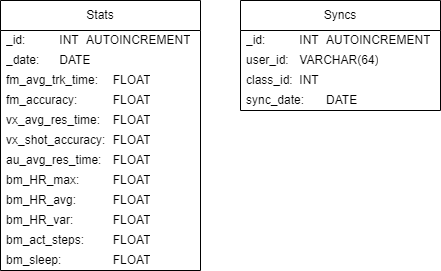
Above: dissertation/images/db_schema.png in intotito/applied_project (draw.io), before the change. Source tidied: cells renumbered, new cells last; positions are measured from the earlier drawing's top-left corner, leaving out a move shared by most shapes. The source it was exported from:
```xml
<mxGraphModel>
  <root>
    <mxCell id="0" />
    <mxCell id="1" parent="0" />
    <mxCell id="2" value="Stats" style="swimlane;fontStyle=0;horizontal=1;startSize=30;whiteSpace=wrap;html=1;" parent="1" vertex="1">
      <mxGeometry width="200" height="270" as="geometry" />
    </mxCell>
    <mxCell id="3" value="_id:&lt;span style=&quot;white-space: pre;&quot;&gt;&#9;&lt;span style=&quot;white-space: pre;&quot;&gt;&#9;&lt;/span&gt;&lt;/span&gt;INT&lt;span style=&quot;white-space: pre;&quot;&gt;&#9;&lt;/span&gt;AUTOINCREMENT" style="text;align=left;verticalAlign=middle;spacingLeft=4;spacingRight=4;overflow=hidden;whiteSpace=wrap;html=1;" parent="2" vertex="1">
      <mxGeometry y="30" width="200" height="20" as="geometry" />
    </mxCell>
    <mxCell id="4" value="_date:&lt;span style=&quot;white-space: pre;&quot;&gt;&#9;&lt;/span&gt;DATE" style="text;align=left;verticalAlign=middle;spacingLeft=4;spacingRight=4;overflow=hidden;whiteSpace=wrap;html=1;" parent="2" vertex="1">
      <mxGeometry y="50" width="200" height="20" as="geometry" />
    </mxCell>
    <mxCell id="5" value="fm_avg_trk_time:&amp;nbsp;&lt;span style=&quot;white-space: pre;&quot;&gt;&#9;&lt;/span&gt;FLOAT" style="text;align=left;verticalAlign=middle;spacingLeft=4;spacingRight=4;overflow=hidden;whiteSpace=wrap;html=1;" parent="2" vertex="1">
      <mxGeometry y="70" width="200" height="20" as="geometry" />
    </mxCell>
    <mxCell id="6" value="fm_accuracy:&amp;nbsp;&lt;span style=&quot;white-space: pre;&quot;&gt;&#9;&lt;/span&gt;&lt;span style=&quot;white-space: pre;&quot;&gt;&#9;&lt;/span&gt;FLOAT" style="text;align=left;verticalAlign=middle;spacingLeft=4;spacingRight=4;overflow=hidden;whiteSpace=wrap;html=1;" parent="2" vertex="1">
      <mxGeometry y="90" width="200" height="20" as="geometry" />
    </mxCell>
    <mxCell id="7" value="vx_avg_res_time:&amp;nbsp;&lt;span style=&quot;white-space: pre;&quot;&gt;&#9;&lt;/span&gt;FLOAT" style="text;align=left;verticalAlign=middle;spacingLeft=4;spacingRight=4;overflow=hidden;whiteSpace=wrap;html=1;" parent="2" vertex="1">
      <mxGeometry y="110" width="200" height="20" as="geometry" />
    </mxCell>
    <mxCell id="8" value="vx_shot_accuracy:&lt;span style=&quot;white-space: pre;&quot;&gt;&#9;&lt;/span&gt;FLOAT" style="text;align=left;verticalAlign=middle;spacingLeft=4;spacingRight=4;overflow=hidden;whiteSpace=wrap;html=1;" parent="2" vertex="1">
      <mxGeometry y="130" width="200" height="20" as="geometry" />
    </mxCell>
    <mxCell id="9" value="au_avg_res_time:&amp;nbsp;&lt;span style=&quot;white-space: pre;&quot;&gt;&#9;&lt;/span&gt;FLOAT" style="text;align=left;verticalAlign=middle;spacingLeft=4;spacingRight=4;overflow=hidden;whiteSpace=wrap;html=1;" parent="2" vertex="1">
      <mxGeometry y="150" width="200" height="20" as="geometry" />
    </mxCell>
    <mxCell id="10" value="bm_HR_max:&lt;span style=&quot;white-space: pre;&quot;&gt;&#9;&lt;/span&gt;&lt;span style=&quot;white-space: pre;&quot;&gt;&#9;&lt;/span&gt;FLOAT" style="text;align=left;verticalAlign=middle;spacingLeft=4;spacingRight=4;overflow=hidden;whiteSpace=wrap;html=1;" parent="2" vertex="1">
      <mxGeometry y="170" width="200" height="20" as="geometry" />
    </mxCell>
    <mxCell id="11" value="bm_HR_avg:&lt;span style=&quot;white-space: pre;&quot;&gt;&#9;&lt;/span&gt;&lt;span style=&quot;white-space: pre;&quot;&gt;&#9;&lt;/span&gt;FLOAT" style="text;align=left;verticalAlign=middle;spacingLeft=4;spacingRight=4;overflow=hidden;whiteSpace=wrap;html=1;" parent="2" vertex="1">
      <mxGeometry y="190" width="200" height="20" as="geometry" />
    </mxCell>
    <mxCell id="12" value="bm_HR_var:&lt;span style=&quot;white-space: pre;&quot;&gt;&#9;&lt;/span&gt;&lt;span style=&quot;white-space: pre;&quot;&gt;&#9;&lt;/span&gt;FLOAT" style="text;align=left;verticalAlign=middle;spacingLeft=4;spacingRight=4;overflow=hidden;whiteSpace=wrap;html=1;" parent="2" vertex="1">
      <mxGeometry y="210" width="200" height="20" as="geometry" />
    </mxCell>
    <mxCell id="13" value="bm_act_steps:&amp;nbsp;&lt;span style=&quot;white-space: pre;&quot;&gt;&#9;&lt;/span&gt;FLOAT" style="text;align=left;verticalAlign=middle;spacingLeft=4;spacingRight=4;overflow=hidden;whiteSpace=wrap;html=1;" parent="2" vertex="1">
      <mxGeometry y="230" width="200" height="20" as="geometry" />
    </mxCell>
    <mxCell id="14" value="bm_sleep:&lt;span style=&quot;white-space: pre;&quot;&gt;&#9;&lt;/span&gt;&amp;nbsp;&lt;span style=&quot;white-space: pre;&quot;&gt;&#9;&lt;/span&gt;FLOAT" style="text;align=left;verticalAlign=middle;spacingLeft=4;spacingRight=4;overflow=hidden;whiteSpace=wrap;html=1;" parent="2" vertex="1">
      <mxGeometry y="250" width="200" height="20" as="geometry" />
    </mxCell>
    <mxCell id="15" value="Syncs" style="swimlane;fontStyle=0;horizontal=1;startSize=30;whiteSpace=wrap;html=1;" parent="1" vertex="1">
      <mxGeometry x="240" width="200" height="110" as="geometry" />
    </mxCell>
    <mxCell id="16" value="_id:&lt;span style=&quot;white-space: pre;&quot;&gt;&#9;&lt;span style=&quot;white-space: pre;&quot;&gt;&#9;&lt;/span&gt;&lt;/span&gt;INT&lt;span style=&quot;white-space: pre;&quot;&gt;&#9;&lt;/span&gt;AUTOINCREMENT" style="text;align=left;verticalAlign=middle;spacingLeft=4;spacingRight=4;overflow=hidden;whiteSpace=wrap;html=1;" parent="15" vertex="1">
      <mxGeometry y="30" width="200" height="20" as="geometry" />
    </mxCell>
    <mxCell id="17" value="user_id:&amp;nbsp;&lt;span style=&quot;white-space: pre;&quot;&gt;&#9;&lt;/span&gt;VARCHAR(64)" style="text;align=left;verticalAlign=middle;spacingLeft=4;spacingRight=4;overflow=hidden;whiteSpace=wrap;html=1;" parent="15" vertex="1">
      <mxGeometry y="50" width="200" height="20" as="geometry" />
    </mxCell>
    <mxCell id="18" value="class_id:&lt;span style=&quot;white-space: pre;&quot;&gt;&#9;&lt;/span&gt;INT" style="text;align=left;verticalAlign=middle;spacingLeft=4;spacingRight=4;overflow=hidden;whiteSpace=wrap;html=1;" parent="15" vertex="1">
      <mxGeometry y="70" width="200" height="20" as="geometry" />
    </mxCell>
    <mxCell id="19" value="sync_date:&lt;span style=&quot;white-space: pre;&quot;&gt;&#9;&lt;/span&gt;DATE" style="text;align=left;verticalAlign=middle;spacingLeft=4;spacingRight=4;overflow=hidden;whiteSpace=wrap;html=1;" parent="15" vertex="1">
      <mxGeometry y="90" width="200" height="20" as="geometry" />
    </mxCell>
  </root>
</mxGraphModel>
```
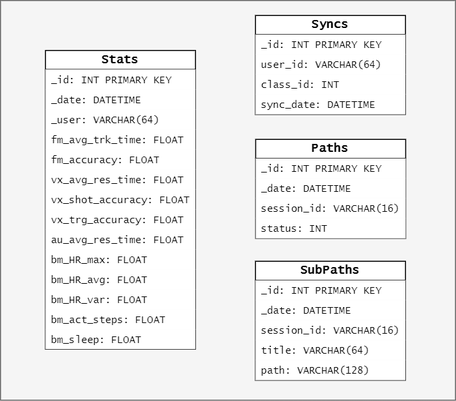
Above is the later version.

The edit, as a diff of the source:
```diff
@@ -2,59 +2,101 @@
   <root>
     <mxCell id="0" />
     <mxCell id="1" parent="0" />
-    <mxCell id="2" value="Stats" style="swimlane;fontStyle=0;horizontal=1;startSize=30;whiteSpace=wrap;html=1;" parent="1" vertex="1">
-      <mxGeometry width="200" height="270" as="geometry" />
+    <mxCell id="2" style="rounded=0;whiteSpace=wrap;html=1;fillColor=#f5f5f5;strokeColor=#666666;fontColor=#333333;" parent="1" vertex="1">
+      <mxGeometry width="455" height="400" as="geometry" />
     </mxCell>
-    <mxCell id="3" value="_id:&lt;span style=&quot;white-space: pre;&quot;&gt;&#9;&lt;span style=&quot;white-space: pre;&quot;&gt;&#9;&lt;/span&gt;&lt;/span&gt;INT&lt;span style=&quot;white-space: pre;&quot;&gt;&#9;&lt;/span&gt;AUTOINCREMENT" style="text;align=left;verticalAlign=middle;spacingLeft=4;spacingRight=4;overflow=hidden;whiteSpace=wrap;html=1;" parent="2" vertex="1">
-      <mxGeometry y="30" width="200" height="20" as="geometry" />
+    <mxCell id="3" value="&lt;b&gt;Paths&lt;/b&gt;" style="swimlane;fontStyle=0;horizontal=1;startSize=19;whiteSpace=wrap;html=1;fontFamily=Lucida Console;fillColor=default;" parent="1" vertex="1">
+      <mxGeometry x="255.2" y="139" width="150" height="99" as="geometry" />
     </mxCell>
-    <mxCell id="4" value="_date:&lt;span style=&quot;white-space: pre;&quot;&gt;&#9;&lt;/span&gt;DATE" style="text;align=left;verticalAlign=middle;spacingLeft=4;spacingRight=4;overflow=hidden;whiteSpace=wrap;html=1;" parent="2" vertex="1">
-      <mxGeometry y="50" width="200" height="20" as="geometry" />
+    <mxCell id="4" value="_id: INT PRIMARY KEY" style="text;strokeColor=none;fillColor=default;align=left;verticalAlign=middle;spacingLeft=4;spacingRight=4;overflow=hidden;whiteSpace=wrap;html=1;fontSize=10;fontFamily=Lucida Console;fontStyle=0;" parent="3" vertex="1">
+      <mxGeometry y="19" width="150" height="20" as="geometry" />
     </mxCell>
-    <mxCell id="5" value="fm_avg_trk_time:&amp;nbsp;&lt;span style=&quot;white-space: pre;&quot;&gt;&#9;&lt;/span&gt;FLOAT" style="text;align=left;verticalAlign=middle;spacingLeft=4;spacingRight=4;overflow=hidden;whiteSpace=wrap;html=1;" parent="2" vertex="1">
-      <mxGeometry y="70" width="200" height="20" as="geometry" />
+    <mxCell id="5" value="_date: DATETIME" style="text;strokeColor=none;fillColor=default;align=left;verticalAlign=middle;spacingLeft=4;spacingRight=4;overflow=hidden;whiteSpace=wrap;html=1;fontSize=10;fontFamily=Lucida Console;fontStyle=0;" parent="3" vertex="1">
+      <mxGeometry y="39" width="150" height="20" as="geometry" />
     </mxCell>
-    <mxCell id="6" value="fm_accuracy:&amp;nbsp;&lt;span style=&quot;white-space: pre;&quot;&gt;&#9;&lt;/span&gt;&lt;span style=&quot;white-space: pre;&quot;&gt;&#9;&lt;/span&gt;FLOAT" style="text;align=left;verticalAlign=middle;spacingLeft=4;spacingRight=4;overflow=hidden;whiteSpace=wrap;html=1;" parent="2" vertex="1">
-      <mxGeometry y="90" width="200" height="20" as="geometry" />
+    <mxCell id="6" value="session_id: VARCHAR(16)" style="text;strokeColor=none;fillColor=default;align=left;verticalAlign=middle;spacingLeft=4;spacingRight=4;overflow=hidden;whiteSpace=wrap;html=1;fontSize=10;fontFamily=Lucida Console;fontStyle=0;" parent="3" vertex="1">
+      <mxGeometry y="59" width="150" height="20" as="geometry" />
     </mxCell>
-    <mxCell id="7" value="vx_avg_res_time:&amp;nbsp;&lt;span style=&quot;white-space: pre;&quot;&gt;&#9;&lt;/span&gt;FLOAT" style="text;align=left;verticalAlign=middle;spacingLeft=4;spacingRight=4;overflow=hidden;whiteSpace=wrap;html=1;" parent="2" vertex="1">
-      <mxGeometry y="110" width="200" height="20" as="geometry" />
+    <mxCell id="7" value="status: INT" style="text;strokeColor=none;fillColor=default;align=left;verticalAlign=middle;spacingLeft=4;spacingRight=4;overflow=hidden;whiteSpace=wrap;html=1;fontSize=10;fontFamily=Lucida Console;fontStyle=0;" parent="3" vertex="1">
+      <mxGeometry y="79" width="150" height="20" as="geometry" />
     </mxCell>
-    <mxCell id="8" value="vx_shot_accuracy:&lt;span style=&quot;white-space: pre;&quot;&gt;&#9;&lt;/span&gt;FLOAT" style="text;align=left;verticalAlign=middle;spacingLeft=4;spacingRight=4;overflow=hidden;whiteSpace=wrap;html=1;" parent="2" vertex="1">
-      <mxGeometry y="130" width="200" height="20" as="geometry" />
+    <mxCell id="8" value="&lt;b&gt;SubPaths&lt;/b&gt;" style="swimlane;fontStyle=0;horizontal=1;startSize=19;whiteSpace=wrap;html=1;fontFamily=Lucida Console;fillColor=default;" parent="1" vertex="1">
+      <mxGeometry x="255" y="261" width="150" height="119" as="geometry" />
     </mxCell>
-    <mxCell id="9" value="au_avg_res_time:&amp;nbsp;&lt;span style=&quot;white-space: pre;&quot;&gt;&#9;&lt;/span&gt;FLOAT" style="text;align=left;verticalAlign=middle;spacingLeft=4;spacingRight=4;overflow=hidden;whiteSpace=wrap;html=1;" parent="2" vertex="1">
-      <mxGeometry y="150" width="200" height="20" as="geometry" />
+    <mxCell id="9" value="_id: INT PRIMARY KEY" style="text;strokeColor=none;fillColor=default;align=left;verticalAlign=middle;spacingLeft=4;spacingRight=4;overflow=hidden;whiteSpace=wrap;html=1;fontSize=10;fontFamily=Lucida Console;fontStyle=0;" parent="8" vertex="1">
+      <mxGeometry y="19" width="150" height="20" as="geometry" />
     </mxCell>
-    <mxCell id="10" value="bm_HR_max:&lt;span style=&quot;white-space: pre;&quot;&gt;&#9;&lt;/span&gt;&lt;span style=&quot;white-space: pre;&quot;&gt;&#9;&lt;/span&gt;FLOAT" style="text;align=left;verticalAlign=middle;spacingLeft=4;spacingRight=4;overflow=hidden;whiteSpace=wrap;html=1;" parent="2" vertex="1">
-      <mxGeometry y="170" width="200" height="20" as="geometry" />
+    <mxCell id="10" value="_date: DATETIME" style="text;strokeColor=none;fillColor=default;align=left;verticalAlign=middle;spacingLeft=4;spacingRight=4;overflow=hidden;whiteSpace=wrap;html=1;fontSize=10;fontFamily=Lucida Console;fontStyle=0;" parent="8" vertex="1">
+      <mxGeometry y="39" width="150" height="20" as="geometry" />
     </mxCell>
-    <mxCell id="11" value="bm_HR_avg:&lt;span style=&quot;white-space: pre;&quot;&gt;&#9;&lt;/span&gt;&lt;span style=&quot;white-space: pre;&quot;&gt;&#9;&lt;/span&gt;FLOAT" style="text;align=left;verticalAlign=middle;spacingLeft=4;spacingRight=4;overflow=hidden;whiteSpace=wrap;html=1;" parent="2" vertex="1">
-      <mxGeometry y="190" width="200" height="20" as="geometry" />
+    <mxCell id="11" value="session_id: VARCHAR(16)" style="text;strokeColor=none;fillColor=default;align=left;verticalAlign=middle;spacingLeft=4;spacingRight=4;overflow=hidden;whiteSpace=wrap;html=1;fontSize=10;fontFamily=Lucida Console;fontStyle=0;" parent="8" vertex="1">
+      <mxGeometry y="59" width="150" height="20" as="geometry" />
     </mxCell>
-    <mxCell id="12" value="bm_HR_var:&lt;span style=&quot;white-space: pre;&quot;&gt;&#9;&lt;/span&gt;&lt;span style=&quot;white-space: pre;&quot;&gt;&#9;&lt;/span&gt;FLOAT" style="text;align=left;verticalAlign=middle;spacingLeft=4;spacingRight=4;overflow=hidden;whiteSpace=wrap;html=1;" parent="2" vertex="1">
-      <mxGeometry y="210" width="200" height="20" as="geometry" />
+    <mxCell id="12" value="title: VARCHAR(64)" style="text;strokeColor=none;fillColor=default;align=left;verticalAlign=middle;spacingLeft=4;spacingRight=4;overflow=hidden;whiteSpace=wrap;html=1;fontSize=10;fontFamily=Lucida Console;fontStyle=0;" parent="8" vertex="1">
+      <mxGeometry y="79" width="150" height="20" as="geometry" />
     </mxCell>
-    <mxCell id="13" value="bm_act_steps:&amp;nbsp;&lt;span style=&quot;white-space: pre;&quot;&gt;&#9;&lt;/span&gt;FLOAT" style="text;align=left;verticalAlign=middle;spacingLeft=4;spacingRight=4;overflow=hidden;whiteSpace=wrap;html=1;" parent="2" vertex="1">
-      <mxGeometry y="230" width="200" height="20" as="geometry" />
+    <mxCell id="13" value="path: VARCHAR(128)" style="text;strokeColor=none;fillColor=default;align=left;verticalAlign=middle;spacingLeft=4;spacingRight=4;overflow=hidden;whiteSpace=wrap;html=1;fontSize=10;fontFamily=Lucida Console;fontStyle=0;" parent="8" vertex="1">
+      <mxGeometry y="99" width="150" height="20" as="geometry" />
     </mxCell>
-    <mxCell id="14" value="bm_sleep:&lt;span style=&quot;white-space: pre;&quot;&gt;&#9;&lt;/span&gt;&amp;nbsp;&lt;span style=&quot;white-space: pre;&quot;&gt;&#9;&lt;/span&gt;FLOAT" style="text;align=left;verticalAlign=middle;spacingLeft=4;spacingRight=4;overflow=hidden;whiteSpace=wrap;html=1;" parent="2" vertex="1">
-      <mxGeometry y="250" width="200" height="20" as="geometry" />
+    <mxCell id="14" value="&lt;b&gt;Syncs&lt;/b&gt;" style="swimlane;fontStyle=0;horizontal=1;startSize=19;whiteSpace=wrap;html=1;fontFamily=Lucida Console;fillColor=default;" parent="1" vertex="1">
+      <mxGeometry x="255" y="15" width="150" height="99" as="geometry" />
     </mxCell>
-    <mxCell id="15" value="Syncs" style="swimlane;fontStyle=0;horizontal=1;startSize=30;whiteSpace=wrap;html=1;" parent="1" vertex="1">
-      <mxGeometry x="240" width="200" height="110" as="geometry" />
+    <mxCell id="15" value="_id: INT PRIMARY KEY" style="text;strokeColor=none;fillColor=default;align=left;verticalAlign=middle;spacingLeft=4;spacingRight=4;overflow=hidden;whiteSpace=wrap;html=1;fontSize=10;fontFamily=Lucida Console;fontStyle=0;" parent="14" vertex="1">
+      <mxGeometry y="19" width="150" height="20" as="geometry" />
     </mxCell>
-    <mxCell id="16" value="_id:&lt;span style=&quot;white-space: pre;&quot;&gt;&#9;&lt;span style=&quot;white-space: pre;&quot;&gt;&#9;&lt;/span&gt;&lt;/span&gt;INT&lt;span style=&quot;white-space: pre;&quot;&gt;&#9;&lt;/span&gt;AUTOINCREMENT" style="text;align=left;verticalAlign=middle;spacingLeft=4;spacingRight=4;overflow=hidden;whiteSpace=wrap;html=1;" parent="15" vertex="1">
-      <mxGeometry y="30" width="200" height="20" as="geometry" />
+    <mxCell id="16" value="user_id: VARCHAR(64)" style="text;strokeColor=none;fillColor=default;align=left;verticalAlign=middle;spacingLeft=4;spacingRight=4;overflow=hidden;whiteSpace=wrap;html=1;fontSize=10;fontFamily=Lucida Console;fontStyle=0;" parent="14" vertex="1">
+      <mxGeometry y="39" width="150" height="20" as="geometry" />
     </mxCell>
-    <mxCell id="17" value="user_id:&amp;nbsp;&lt;span style=&quot;white-space: pre;&quot;&gt;&#9;&lt;/span&gt;VARCHAR(64)" style="text;align=left;verticalAlign=middle;spacingLeft=4;spacingRight=4;overflow=hidden;whiteSpace=wrap;html=1;" parent="15" vertex="1">
-      <mxGeometry y="50" width="200" height="20" as="geometry" />
+    <mxCell id="17" value="class_id: INT" style="text;strokeColor=none;fillColor=default;align=left;verticalAlign=middle;spacingLeft=4;spacingRight=4;overflow=hidden;whiteSpace=wrap;html=1;fontSize=10;fontFamily=Lucida Console;fontStyle=0;" parent="14" vertex="1">
+      <mxGeometry y="59" width="150" height="20" as="geometry" />
     </mxCell>
-    <mxCell id="18" value="class_id:&lt;span style=&quot;white-space: pre;&quot;&gt;&#9;&lt;/span&gt;INT" style="text;align=left;verticalAlign=middle;spacingLeft=4;spacingRight=4;overflow=hidden;whiteSpace=wrap;html=1;" parent="15" vertex="1">
-      <mxGeometry y="70" width="200" height="20" as="geometry" />
+    <mxCell id="18" value="sync_date: DATETIME" style="text;strokeColor=none;fillColor=default;align=left;verticalAlign=middle;spacingLeft=4;spacingRight=4;overflow=hidden;whiteSpace=wrap;html=1;fontSize=10;fontFamily=Lucida Console;fontStyle=0;" parent="14" vertex="1">
+      <mxGeometry y="79" width="150" height="20" as="geometry" />
     </mxCell>
-    <mxCell id="19" value="sync_date:&lt;span style=&quot;white-space: pre;&quot;&gt;&#9;&lt;/span&gt;DATE" style="text;align=left;verticalAlign=middle;spacingLeft=4;spacingRight=4;overflow=hidden;whiteSpace=wrap;html=1;" parent="15" vertex="1">
-      <mxGeometry y="90" width="200" height="20" as="geometry" />
+    <mxCell id="19" value="&lt;b&gt;Stats&lt;/b&gt;" style="swimlane;fontStyle=0;horizontal=1;startSize=19;whiteSpace=wrap;html=1;fontFamily=Lucida Console;fillColor=default;" parent="1" vertex="1">
+      <mxGeometry x="45" y="50" width="150" height="299" as="geometry" />
     </mxCell>
+    <mxCell id="20" value="_id: INT PRIMARY KEY" style="text;strokeColor=none;fillColor=default;align=left;verticalAlign=middle;spacingLeft=4;spacingRight=4;overflow=hidden;whiteSpace=wrap;html=1;fontSize=10;fontFamily=Lucida Console;fontStyle=0;" parent="19" vertex="1">
+      <mxGeometry y="19" width="150" height="20" as="geometry" />
+    </mxCell>
+    <mxCell id="21" value="_date: DATETIME" style="text;strokeColor=none;fillColor=default;align=left;verticalAlign=middle;spacingLeft=4;spacingRight=4;overflow=hidden;whiteSpace=wrap;html=1;fontSize=10;fontFamily=Lucida Console;fontStyle=0;" parent="19" vertex="1">
+      <mxGeometry y="39" width="150" height="20" as="geometry" />
+    </mxCell>
+    <mxCell id="22" value="_user: VARCHAR(64)" style="text;strokeColor=none;fillColor=default;align=left;verticalAlign=middle;spacingLeft=4;spacingRight=4;overflow=hidden;whiteSpace=wrap;html=1;fontSize=10;fontFamily=Lucida Console;fontStyle=0;" parent="19" vertex="1">
+      <mxGeometry y="59" width="150" height="20" as="geometry" />
+    </mxCell>
+    <mxCell id="23" value="fm_avg_trk_time: FLOAT" style="text;strokeColor=none;fillColor=default;align=left;verticalAlign=middle;spacingLeft=4;spacingRight=4;overflow=hidden;whiteSpace=wrap;html=1;fontSize=10;fontFamily=Lucida Console;fontStyle=0;" parent="19" vertex="1">
+      <mxGeometry y="79" width="150" height="20" as="geometry" />
+    </mxCell>
+    <mxCell id="24" value="fm_accuracy: FLOAT" style="text;strokeColor=none;fillColor=default;align=left;verticalAlign=middle;spacingLeft=4;spacingRight=4;overflow=hidden;whiteSpace=wrap;html=1;fontSize=10;fontFamily=Lucida Console;fontStyle=0;" parent="19" vertex="1">
+      <mxGeometry y="99" width="150" height="20" as="geometry" />
+    </mxCell>
+    <mxCell id="25" value="vx_avg_res_time: FLOAT" style="text;strokeColor=none;fillColor=default;align=left;verticalAlign=middle;spacingLeft=4;spacingRight=4;overflow=hidden;whiteSpace=wrap;html=1;fontSize=10;fontFamily=Lucida Console;fontStyle=0;" parent="19" vertex="1">
+      <mxGeometry y="119" width="150" height="20" as="geometry" />
+    </mxCell>
+    <mxCell id="26" value="vx_shot_accuracy: FLOAT" style="text;strokeColor=none;fillColor=default;align=left;verticalAlign=middle;spacingLeft=4;spacingRight=4;overflow=hidden;whiteSpace=wrap;html=1;fontSize=10;fontFamily=Lucida Console;fontStyle=0;" parent="19" vertex="1">
+      <mxGeometry y="139" width="150" height="20" as="geometry" />
+    </mxCell>
+    <mxCell id="27" value="vx_trg_accuracy: FLOAT" style="text;strokeColor=none;fillColor=default;align=left;verticalAlign=middle;spacingLeft=4;spacingRight=4;overflow=hidden;whiteSpace=wrap;html=1;fontSize=10;fontFamily=Lucida Console;fontStyle=0;" parent="19" vertex="1">
+      <mxGeometry y="159" width="150" height="20" as="geometry" />
+    </mxCell>
+    <mxCell id="28" value="au_avg_res_time: FLOAT" style="text;strokeColor=none;fillColor=default;align=left;verticalAlign=middle;spacingLeft=4;spacingRight=4;overflow=hidden;whiteSpace=wrap;html=1;fontSize=10;fontFamily=Lucida Console;fontStyle=0;" parent="19" vertex="1">
+      <mxGeometry y="179" width="150" height="20" as="geometry" />
+    </mxCell>
+    <mxCell id="29" value="bm_HR_max: FLOAT" style="text;strokeColor=none;fillColor=default;align=left;verticalAlign=middle;spacingLeft=4;spacingRight=4;overflow=hidden;whiteSpace=wrap;html=1;fontSize=10;fontFamily=Lucida Console;fontStyle=0;" parent="19" vertex="1">
+      <mxGeometry y="199" width="150" height="20" as="geometry" />
+    </mxCell>
+    <mxCell id="30" value="bm_HR_avg: FLOAT" style="text;strokeColor=none;fillColor=default;align=left;verticalAlign=middle;spacingLeft=4;spacingRight=4;overflow=hidden;whiteSpace=wrap;html=1;fontSize=10;fontFamily=Lucida Console;fontStyle=0;" parent="19" vertex="1">
+      <mxGeometry y="219" width="150" height="20" as="geometry" />
+    </mxCell>
+    <mxCell id="31" value="bm_HR_var: FLOAT" style="text;strokeColor=none;fillColor=default;align=left;verticalAlign=middle;spacingLeft=4;spacingRight=4;overflow=hidden;whiteSpace=wrap;html=1;fontSize=10;fontFamily=Lucida Console;fontStyle=0;" parent="19" vertex="1">
+      <mxGeometry y="239" width="150" height="20" as="geometry" />
+    </mxCell>
+    <mxCell id="32" value="bm_act_steps: FLOAT" style="text;strokeColor=none;fillColor=default;align=left;verticalAlign=middle;spacingLeft=4;spacingRight=4;overflow=hidden;whiteSpace=wrap;html=1;fontSize=10;fontFamily=Lucida Console;fontStyle=0;" parent="19" vertex="1">
+      <mxGeometry y="259" width="150" height="20" as="geometry" />
+    </mxCell>
+    <mxCell id="33" value="bm_sleep: FLOAT" style="text;strokeColor=none;fillColor=default;align=left;verticalAlign=middle;spacingLeft=4;spacingRight=4;overflow=hidden;whiteSpace=wrap;html=1;fontSize=10;fontFamily=Lucida Console;fontStyle=0;" parent="19" vertex="1">
+      <mxGeometry y="279" width="150" height="20" as="geometry" />
+    </mxCell>
   </root>
 </mxGraphModel>
```
